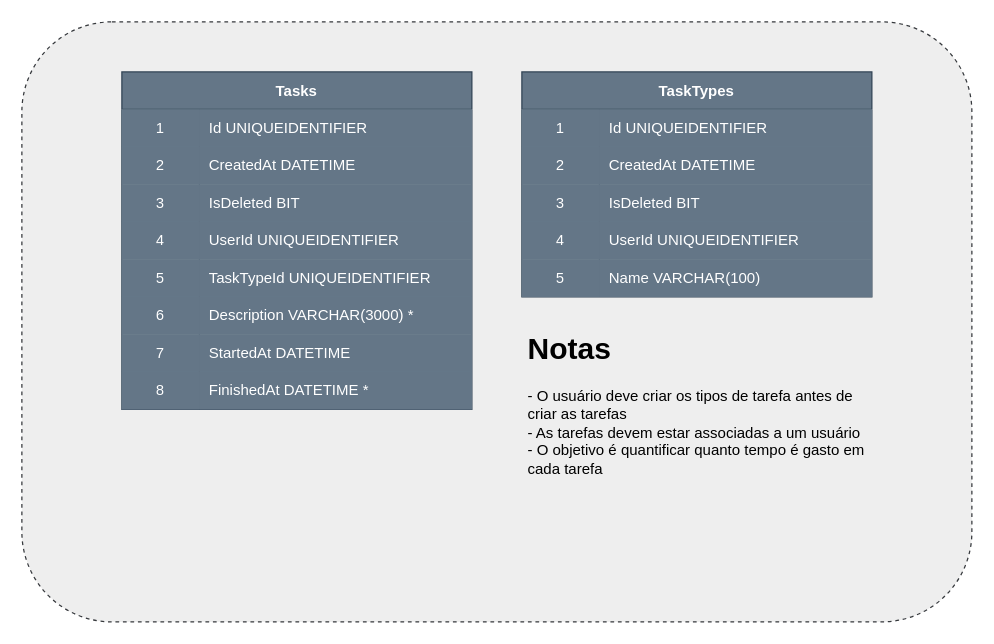
Before: page "Domain" (2 of 3) of docs/diagram.drawio in EvertonBrzozowyAlves/Tasman, a draw.io diagram. Source tidied: cells renumbered, new cells numbered last; positions are measured from the earlier drawing's top-left corner, leaving out a move shared by most shapes. Both pictures are drawn from the tidied source at 125%, with x=0, y=0 at pixel (21, 21).
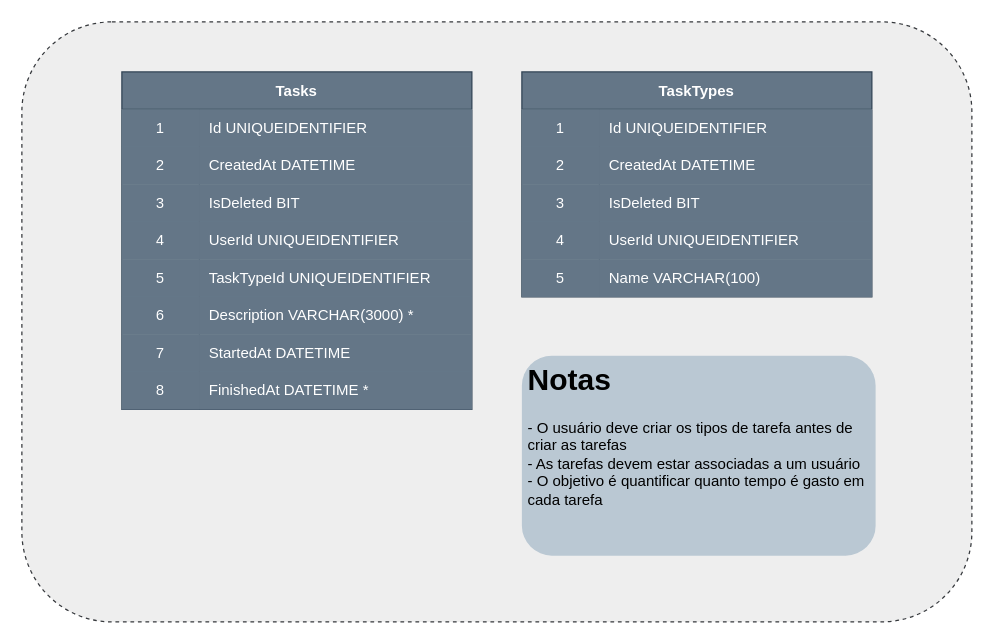
The same diagram, later.

Commit message:
docs: added versioning info

The edit, as a diff of the source:
```diff
@@
-    <mxCell id="45" value="&lt;h1&gt;Notas&lt;/h1&gt;&lt;p&gt;- O usuário deve criar os tipos de tarefa antes de criar as tarefas&lt;br&gt;&lt;span style=&quot;background-color: initial;&quot;&gt;- As tarefas devem estar associadas a um usuário&lt;br&gt;&lt;/span&gt;- O objetivo é quantificar quanto tempo é gasto em cada tarefa&amp;nbsp;&lt;br&gt;&lt;br&gt;&lt;/p&gt;&lt;p&gt;&lt;br&gt;&lt;/p&gt;&lt;p&gt;&lt;br&gt;&lt;/p&gt;&lt;p&gt;&lt;br&gt;&lt;/p&gt;&lt;p&gt;&lt;br&gt;&lt;/p&gt;&lt;p&gt;&lt;br&gt;&lt;/p&gt;" style="text;html=1;strokeColor=none;fillColor=none;spacing=5;spacingTop=-20;whiteSpace=wrap;overflow=hidden;rounded=0;" parent="1" vertex="1">
-      <mxGeometry x="400" y="242" width="283" height="160" as="geometry" />
+    <mxCell id="45" value="&lt;h1&gt;Notas&lt;/h1&gt;&lt;p&gt;- O usuário deve criar os tipos de tarefa antes de criar as tarefas&lt;br&gt;&lt;span style=&quot;background-color: initial;&quot;&gt;- As tarefas devem estar associadas a um usuário&lt;br&gt;&lt;/span&gt;- O objetivo é quantificar quanto tempo é gasto em cada tarefa&amp;nbsp;&lt;br&gt;&lt;br&gt;&lt;/p&gt;&lt;p&gt;&lt;br&gt;&lt;/p&gt;&lt;p&gt;&lt;br&gt;&lt;/p&gt;&lt;p&gt;&lt;br&gt;&lt;/p&gt;&lt;p&gt;&lt;br&gt;&lt;/p&gt;&lt;p&gt;&lt;br&gt;&lt;/p&gt;" style="text;html=1;strokeColor=none;fillColor=#bac8d3;spacing=5;spacingTop=-20;whiteSpace=wrap;overflow=hidden;rounded=1;glass=0;shadow=0;" parent="1" vertex="1">
+      <mxGeometry x="400" y="267" width="283" height="160" as="geometry" />
     </mxCell>
```
